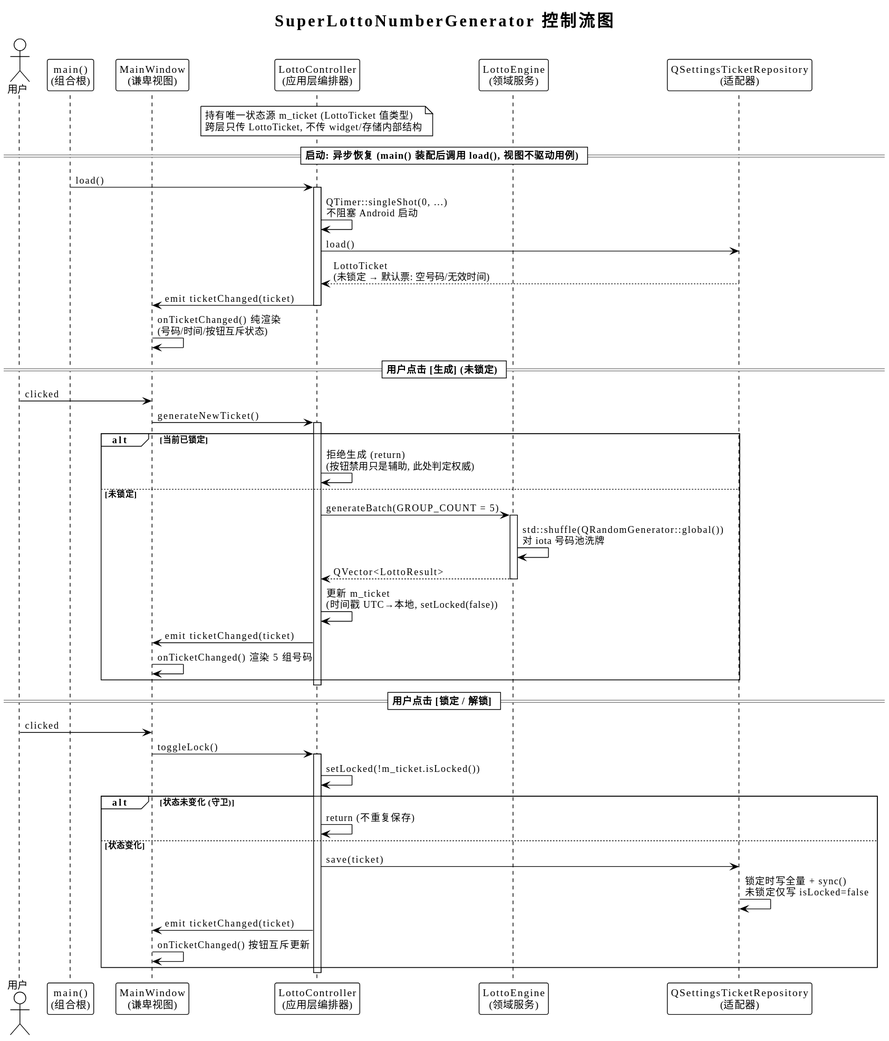
Before: doc/control-flow.svg, a diagram exported from PlantUML (weiiiyan/SuperLottoNumberGenerator).
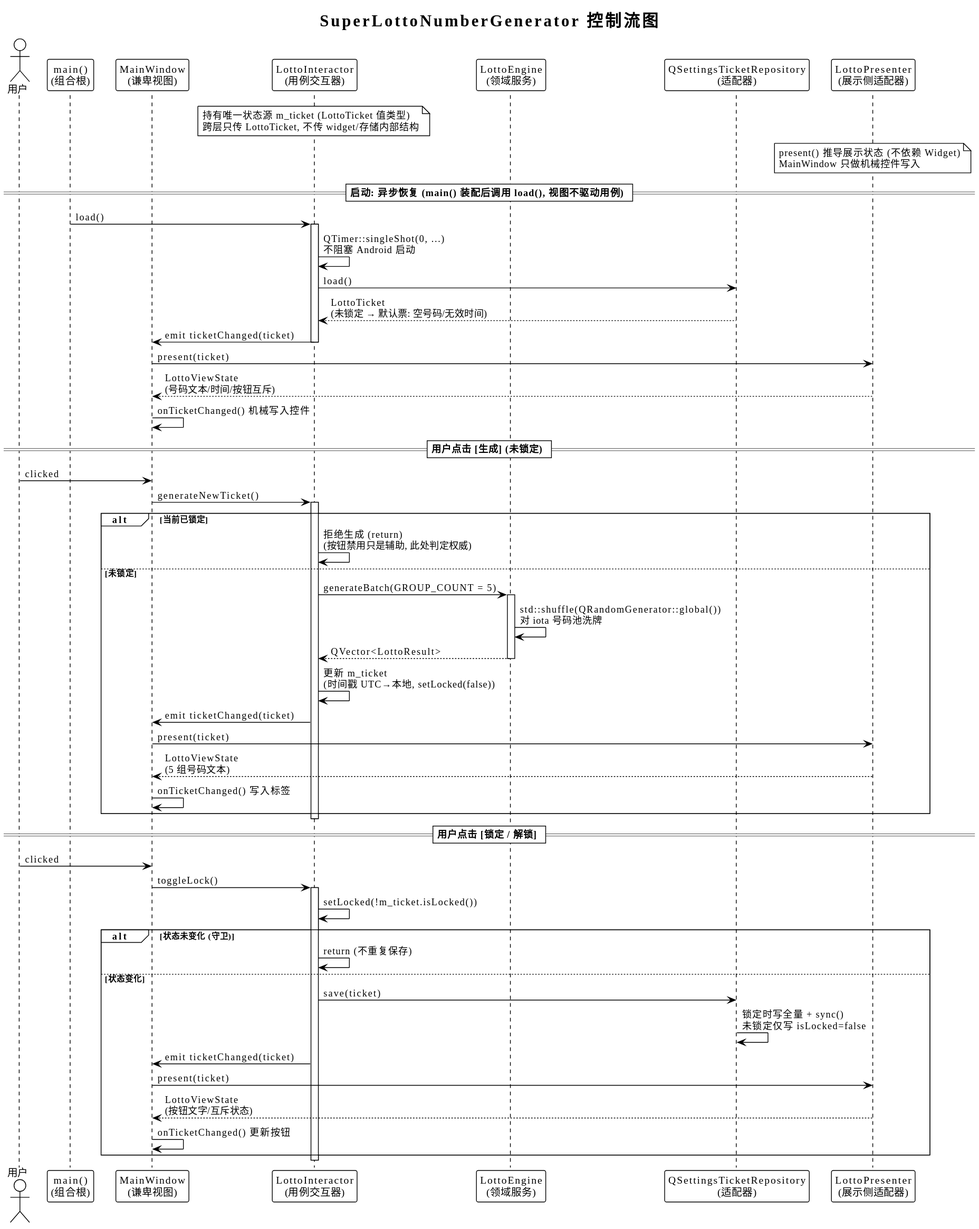
Later version of the same file.

The edit, as a diff of the source:
```diff
@@ -6,11 +6,13 @@
 actor 用户 as U
 participant "main()\n(组合根)" as Main
 participant "MainWindow\n(谦卑视图)" as MW
-participant "LottoController\n(应用层编排器)" as C
+participant "LottoInteractor\n(用例交互器)" as C
 participant "LottoEngine\n(领域服务)" as E
 participant "QSettingsTicketRepository\n(适配器)" as R
+participant "LottoPresenter\n(展示侧适配器)" as P
 
 note over C : 持有唯一状态源 m_ticket (LottoTicket 值类型)\n跨层只传 LottoTicket, 不传 widget/存储内部结构
+note over P : present() 推导展示状态 (不依赖 Widget)\nMainWindow 只做机械控件写入
 
 == 启动: 异步恢复 (main() 装配后调用 load(), 视图不驱动用例) ==
 
@@ -21,7 +23,9 @@
 R --> C : LottoTicket\n(未锁定 → 默认票: 空号码/无效时间)
 C -> MW : emit ticketChanged(ticket)
 deactivate C
-MW -> MW : onTicketChanged() 纯渲染\n(号码/时间/按钮互斥状态)
+MW -> P : present(ticket)
+P --> MW : LottoViewState\n(号码文本/时间/按钮互斥)
+MW -> MW : onTicketChanged() 机械写入控件
 
 == 用户点击 [生成] (未锁定) ==
 
@@ -38,7 +42,9 @@
     deactivate E
     C -> C : 更新 m_ticket\n(时间戳 UTC→本地, setLocked(false))
     C -> MW : emit ticketChanged(ticket)
-    MW -> MW : onTicketChanged() 渲染 5 组号码
+    MW -> P : present(ticket)
+    P --> MW : LottoViewState\n(5 组号码文本)
+    MW -> MW : onTicketChanged() 写入标签
 end
 deactivate C
 
@@ -54,7 +60,9 @@
     C -> R : save(ticket)
     R -> R : 锁定时写全量 + sync()\n未锁定仅写 isLocked=false
     C -> MW : emit ticketChanged(ticket)
-    MW -> MW : onTicketChanged() 按钮互斥更新
+    MW -> P : present(ticket)
+    P --> MW : LottoViewState\n(按钮文字/互斥状态)
+    MW -> MW : onTicketChanged() 更新按钮
 end
 deactivate C
 @enduml
```
